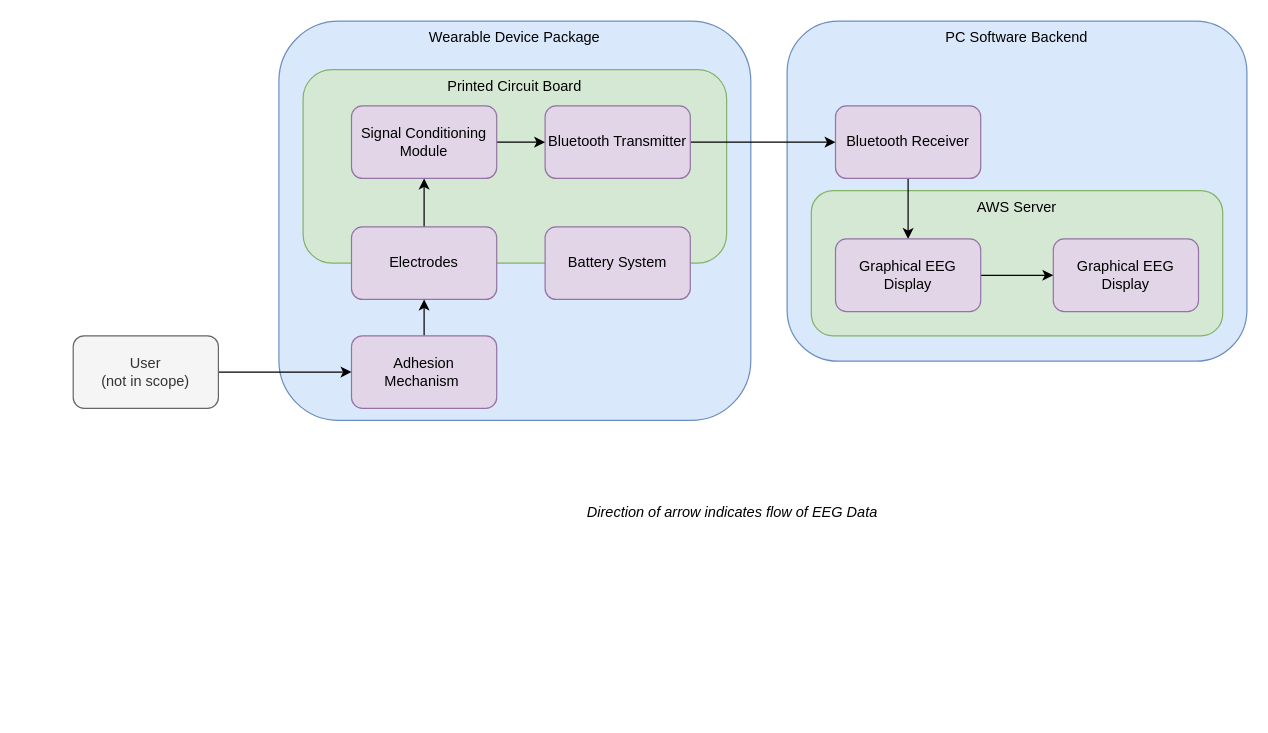
Earlier version of the draw.io diagram SystemArchitecture.drawio (JY68-Werable-EEG-Sensor/Wearable-EEG-Sensor). Source tidied: cells renumbered, new cells numbered last; positions are measured from the earlier drawing's top-left corner, leaving out a move shared by most shapes. Both pictures are drawn from the tidied source at 121%, with x=0, y=0 at pixel (73, 21).
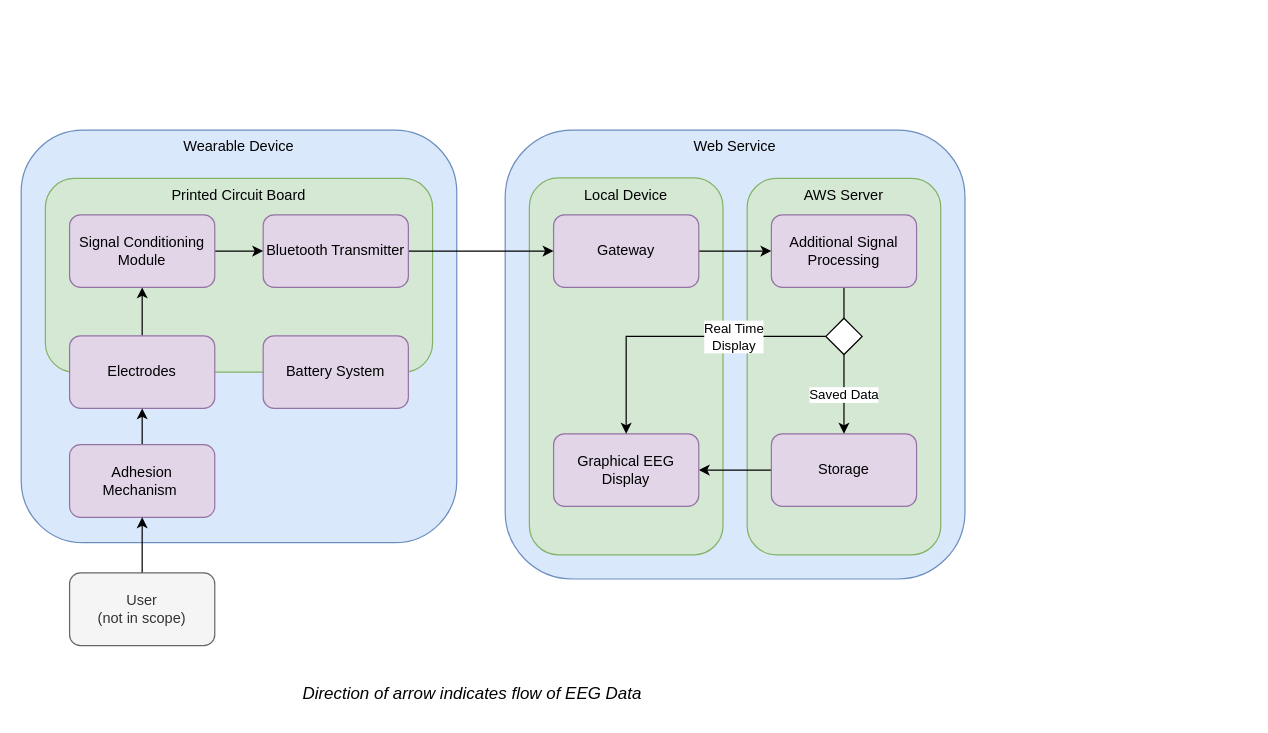
After the change.

The edit, as a diff of the source:
```diff
@@
-    <mxCell id="2" value="PC Software Backend" style="rounded=1;whiteSpace=wrap;html=1;verticalAlign=top;fillColor=#dae8fc;strokeColor=#6c8ebf;" parent="1" vertex="1">
-      <mxGeometry x="590" width="380" height="281" as="geometry" />
+    <mxCell id="2" value="Web Service" style="rounded=1;whiteSpace=wrap;html=1;verticalAlign=top;fillColor=#dae8fc;strokeColor=#6c8ebf;" parent="1" vertex="1">
+      <mxGeometry x="357" y="90" width="380" height="371" as="geometry" />
     </mxCell>
+    <mxCell id="24" value="Local Device" style="rounded=1;whiteSpace=wrap;html=1;verticalAlign=top;fillColor=#d5e8d4;strokeColor=#82b366;" parent="1" vertex="1">
+      <mxGeometry x="377" y="129.5" width="160" height="311.5" as="geometry" />
+    </mxCell>
     <mxCell id="3" value="AWS Server" style="rounded=1;whiteSpace=wrap;html=1;verticalAlign=top;fillColor=#d5e8d4;strokeColor=#82b366;" parent="1" vertex="1">
-      <mxGeometry x="610" y="140" width="340" height="120" as="geometry" />
+      <mxGeometry x="557" y="130" width="160" height="311" as="geometry" />
     </mxCell>
-    <mxCell id="4" value="Wearable Device Package" style="rounded=1;whiteSpace=wrap;html=1;verticalAlign=top;fillColor=#dae8fc;strokeColor=#6c8ebf;" parent="1" vertex="1">
-      <mxGeometry x="170" width="390" height="330" as="geometry" />
+    <mxCell id="4" value="Wearable Device" style="rounded=1;whiteSpace=wrap;html=1;verticalAlign=top;fillColor=#dae8fc;strokeColor=#6c8ebf;" parent="1" vertex="1">
+      <mxGeometry x="-43" y="90" width="360" height="341" as="geometry" />
     </mxCell>
-    <mxCell id="5" style="edgeStyle=orthogonalEdgeStyle;rounded=0;jettySize=auto;html=1;exitX=0.5;exitY=1;exitDx=0;exitDy=0;" parent="1" edge="1" source="6" target="21">
+    <mxCell id="5" style="edgeStyle=orthogonalEdgeStyle;rounded=0;jettySize=auto;html=1;exitX=1;exitY=0.5;exitDx=0;exitDy=0;" parent="1" edge="1" source="6" target="21">
       <mxGeometry relative="1" as="geometry" />
     </mxCell>
-    <mxCell id="6" value="Bluetooth Receiver" style="rounded=1;whiteSpace=wrap;html=1;fillColor=#e1d5e7;strokeColor=#9673a6;" parent="1" vertex="1">
-      <mxGeometry x="630" y="70" width="120" height="60" as="geometry" />
+    <mxCell id="6" value="Gateway" style="rounded=1;whiteSpace=wrap;html=1;fillColor=#e1d5e7;strokeColor=#9673a6;" parent="1" vertex="1">
+      <mxGeometry x="397" y="160" width="120" height="60" as="geometry" />
     </mxCell>
     <mxCell id="7" value="Printed Circuit Board" style="rounded=1;whiteSpace=wrap;html=1;verticalAlign=top;fillColor=#d5e8d4;strokeColor=#82b366;" parent="1" vertex="1">
-      <mxGeometry x="190" y="40" width="350" height="160" as="geometry" />
+      <mxGeometry x="-23" y="130" width="320" height="160" as="geometry" />
     </mxCell>
-    <mxCell id="8" style="edgeStyle=orthogonalEdgeStyle;rounded=0;jettySize=auto;html=1;exitX=1;exitY=0.5;exitDx=0;exitDy=0;" parent="1" edge="1" source="9" target="6">
+    <mxCell id="8" style="edgeStyle=orthogonalEdgeStyle;rounded=0;jettySize=auto;html=1;exitX=1;exitY=0.5;exitDx=0;exitDy=0;entryX=0;entryY=0.5;entryDx=0;entryDy=0;" parent="1" edge="1" source="9" target="6">
       <mxGeometry relative="1" as="geometry" />
     </mxCell>
     <mxCell id="9" value="Bluetooth Transmitter" style="rounded=1;whiteSpace=wrap;html=1;fillColor=#e1d5e7;strokeColor=#9673a6;" parent="1" vertex="1">
-      <mxGeometry x="390" y="70" width="120" height="60" as="geometry" />
+      <mxGeometry x="157" y="160" width="120" height="60" as="geometry" />
     </mxCell>
@@
     <mxCell id="12" value="Electrodes" style="rounded=1;whiteSpace=wrap;html=1;fillColor=#e1d5e7;strokeColor=#9673a6;" parent="1" vertex="1">
-      <mxGeometry x="230" y="170" width="120" height="60" as="geometry" />
+      <mxGeometry x="-3" y="260" width="120" height="60" as="geometry" />
     </mxCell>
@@
     <mxCell id="14" value="Adhesion Mechanism&amp;nbsp;" style="rounded=1;whiteSpace=wrap;html=1;fillColor=#e1d5e7;strokeColor=#9673a6;" parent="1" vertex="1">
-      <mxGeometry x="230" y="260" width="120" height="60" as="geometry" />
+      <mxGeometry x="-3" y="350" width="120" height="60" as="geometry" />
     </mxCell>
     <mxCell id="15" value="Battery System" style="rounded=1;whiteSpace=wrap;html=1;fillColor=#e1d5e7;strokeColor=#9673a6;" parent="1" vertex="1">
-      <mxGeometry x="390" y="170" width="120" height="60" as="geometry" />
+      <mxGeometry x="157" y="260" width="120" height="60" as="geometry" />
     </mxCell>
@@
     <mxCell id="17" value="Signal Conditioning Module" style="rounded=1;whiteSpace=wrap;html=1;fillColor=#e1d5e7;strokeColor=#9673a6;" parent="1" vertex="1">
-      <mxGeometry x="230" y="70" width="120" height="60" as="geometry" />
+      <mxGeometry x="-3" y="160" width="120" height="60" as="geometry" />
     </mxCell>
-    <mxCell id="18" value="&lt;i&gt;Direction of arrow indicates flow of EEG Data&lt;/i&gt;" style="text;html=1;strokeColor=none;fillColor=none;align=center;verticalAlign=middle;whiteSpace=wrap;rounded=0;" parent="1" vertex="1">
-      <mxGeometry x="420" y="391" width="250" height="30" as="geometry" />
+    <mxCell id="18" value="&lt;i&gt;&lt;font style=&quot;font-size: 14px;&quot;&gt;Direction of arrow indicates flow of EEG Data&lt;/font&gt;&lt;/i&gt;" style="text;html=1;strokeColor=none;fillColor=none;align=center;verticalAlign=middle;whiteSpace=wrap;rounded=0;" parent="1" vertex="1">
+      <mxGeometry x="177" y="541" width="306" height="30" as="geometry" />
     </mxCell>
-    <mxCell id="19" value="Graphical EEG Display" style="rounded=1;whiteSpace=wrap;html=1;fillColor=#e1d5e7;strokeColor=#9673a6;" parent="1" vertex="1">
-      <mxGeometry x="810" y="180" width="120" height="60" as="geometry" />
-    </mxCell>
-    <mxCell id="20" style="edgeStyle=orthogonalEdgeStyle;rounded=0;jettySize=auto;html=1;exitX=1;exitY=0.5;exitDx=0;exitDy=0;entryX=0;entryY=0.5;entryDx=0;entryDy=0;" parent="1" edge="1" source="21" target="19">
-      <mxGeometry relative="1" as="geometry" />
-    </mxCell>
+    <mxCell id="25" style="edgeStyle=orthogonalEdgeStyle;rounded=0;jettySize=auto;html=1;exitX=0.5;exitY=1;exitDx=0;exitDy=0;entryX=0.5;entryY=0;entryDx=0;entryDy=0;endArrow=none;endFill=0;" parent="1" edge="1" source="21" target="30">
+      <mxGeometry relative="1" as="geometry" />
+    </mxCell>
-    <mxCell id="21" value="Graphical EEG Display" style="rounded=1;whiteSpace=wrap;html=1;fillColor=#e1d5e7;strokeColor=#9673a6;" parent="1" vertex="1">
-      <mxGeometry x="630" y="180" width="120" height="60" as="geometry" />
+    <mxCell id="21" value="Additional Signal Processing" style="rounded=1;whiteSpace=wrap;html=1;fillColor=#e1d5e7;strokeColor=#9673a6;" parent="1" vertex="1">
+      <mxGeometry x="577" y="160" width="120" height="60" as="geometry" />
     </mxCell>
-    <mxCell id="22" style="edgeStyle=orthogonalEdgeStyle;rounded=0;jettySize=auto;html=1;exitX=1;exitY=0.5;exitDx=0;exitDy=0;entryX=0;entryY=0.5;entryDx=0;entryDy=0;" parent="1" edge="1" source="23" target="14">
+    <mxCell id="22" style="edgeStyle=orthogonalEdgeStyle;rounded=0;jettySize=auto;html=1;exitX=0.5;exitY=0;exitDx=0;exitDy=0;entryX=0.5;entryY=1;entryDx=0;entryDy=0;" parent="1" edge="1" source="23" target="14">
       <mxGeometry relative="1" as="geometry" />
     </mxCell>
     <mxCell id="23" value="User &lt;br&gt;(not in scope)" style="rounded=1;whiteSpace=wrap;html=1;fillColor=#f5f5f5;fontColor=#333333;strokeColor=#666666;" parent="1" vertex="1">
-      <mxGeometry y="260" width="120" height="60" as="geometry" />
+      <mxGeometry x="-3" y="456" width="120" height="60" as="geometry" />
     </mxCell>
+    <mxCell id="26" style="edgeStyle=orthogonalEdgeStyle;rounded=0;jettySize=auto;html=1;exitX=0;exitY=0.5;exitDx=0;exitDy=0;entryX=1;entryY=0.5;entryDx=0;entryDy=0;" parent="1" edge="1" source="27" target="19">
+      <mxGeometry relative="1" as="geometry" />
+    </mxCell>
+    <mxCell id="27" value="Storage" style="rounded=1;whiteSpace=wrap;html=1;fillColor=#e1d5e7;strokeColor=#9673a6;" parent="1" vertex="1">
+      <mxGeometry x="577" y="341" width="120" height="60" as="geometry" />
+    </mxCell>
+    <mxCell id="19" value="Graphical EEG Display" style="rounded=1;whiteSpace=wrap;html=1;fillColor=#e1d5e7;strokeColor=#9673a6;" parent="1" vertex="1">
+      <mxGeometry x="397" y="341" width="120" height="60" as="geometry" />
+    </mxCell>
+    <mxCell id="28" value="Saved Data" style="edgeStyle=orthogonalEdgeStyle;rounded=0;jettySize=auto;html=1;exitX=0.5;exitY=1;exitDx=0;exitDy=0;entryX=0.5;entryY=0;entryDx=0;entryDy=0;" parent="1" edge="1" source="30" target="27">
+      <mxGeometry relative="1" as="geometry" />
+    </mxCell>
+    <mxCell id="29" value="Real Time &lt;br&gt;Display" style="edgeStyle=orthogonalEdgeStyle;rounded=0;jettySize=auto;html=1;exitX=0;exitY=0.5;exitDx=0;exitDy=0;entryX=0.5;entryY=0;entryDx=0;entryDy=0;" parent="1" edge="1" source="30" target="19">
+      <mxGeometry x="-0.38" relative="1" as="geometry" />
+    </mxCell>
+    <mxCell id="30" style="rhombus;whiteSpace=wrap;html=1;" parent="1" vertex="1">
+      <mxGeometry x="622" y="245.5" width="30" height="30" as="geometry" />
+    </mxCell>
```
